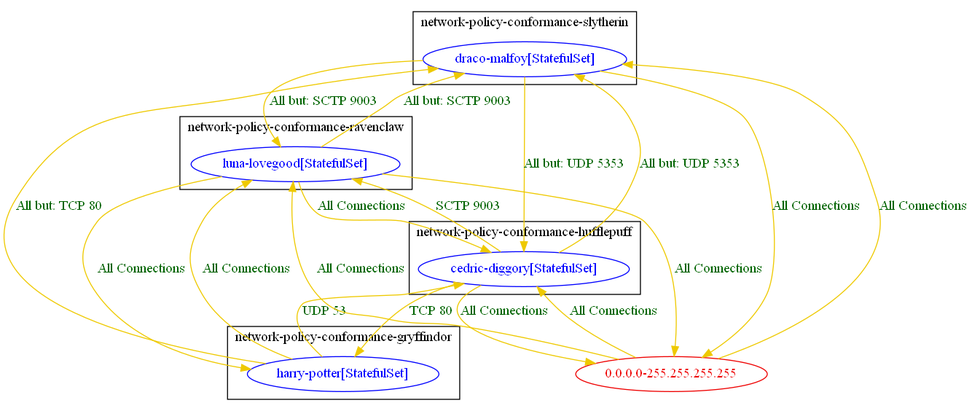
The Graphviz diagram test_outputs/connlist/anp_test_multiple_anps_connlist_output.dot.png in np-guard/netpol-analyzer, before a commit. Its source is kept beside it as test_outputs/connlist/anp_test_multiple_anps_connlist_output.dot. Its diagram source:
```dot
digraph {
	subgraph cluster_network_policy_conformance_gryffindor {
		"network-policy-conformance-gryffindor/harry-potter[StatefulSet]" [label="harry-potter[StatefulSet]" color="blue" fontcolor="blue"]
		label="network-policy-conformance-gryffindor"
	}
	subgraph cluster_network_policy_conformance_hufflepuff {
		"network-policy-conformance-hufflepuff/cedric-diggory[StatefulSet]" [label="cedric-diggory[StatefulSet]" color="blue" fontcolor="blue"]
		label="network-policy-conformance-hufflepuff"
	}
	subgraph cluster_network_policy_conformance_ravenclaw {
		"network-policy-conformance-ravenclaw/luna-lovegood[StatefulSet]" [label="luna-lovegood[StatefulSet]" color="blue" fontcolor="blue"]
		label="network-policy-conformance-ravenclaw"
	}
	subgraph cluster_network_policy_conformance_slytherin {
		"network-policy-conformance-slytherin/draco-malfoy[StatefulSet]" [label="draco-malfoy[StatefulSet]" color="blue" fontcolor="blue"]
		label="network-policy-conformance-slytherin"
	}
	"0.0.0.0-255.255.255.255" [label="0.0.0.0-255.255.255.255" color="red2" fontcolor="red2"]
	"0.0.0.0-255.255.255.255" -> "network-policy-conformance-hufflepuff/cedric-diggory[StatefulSet]" [label="All Connections" color="gold2" fontcolor="darkgreen" weight=0.5]
	"0.0.0.0-255.255.255.255" -> "network-policy-conformance-ravenclaw/luna-lovegood[StatefulSet]" [label="All Connections" color="gold2" fontcolor="darkgreen" weight=0.5]
	"0.0.0.0-255.255.255.255" -> "network-policy-conformance-slytherin/draco-malfoy[StatefulSet]" [label="All Connections" color="gold2" fontcolor="darkgreen" weight=0.5]
	"network-policy-conformance-gryffindor/harry-potter[StatefulSet]" -> "network-policy-conformance-hufflepuff/cedric-diggory[StatefulSet]" [label="UDP 53" color="gold2" fontcolor="darkgreen" weight=0.5]
	"network-policy-conformance-gryffindor/harry-potter[StatefulSet]" -> "network-policy-conformance-ravenclaw/luna-lovegood[StatefulSet]" [label="All Connections" color="gold2" fontcolor="darkgreen" weight=0.5]
	"network-policy-conformance-gryffindor/harry-potter[StatefulSet]" -> "network-policy-conformance-slytherin/draco-malfoy[StatefulSet]" [label="All but: TCP 80" color="gold2" fontcolor="darkgreen" weight=0.5]
	"network-policy-conformance-hufflepuff/cedric-diggory[StatefulSet]" -> "0.0.0.0-255.255.255.255" [label="All Connections" color="gold2" fontcolor="darkgreen" weight=1]
	"network-policy-conformance-hufflepuff/cedric-diggory[StatefulSet]" -> "network-policy-conformance-gryffindor/harry-potter[StatefulSet]" [label="TCP 80" color="gold2" fontcolor="darkgreen" weight=1]
	"network-policy-conformance-hufflepuff/cedric-diggory[StatefulSet]" -> "network-policy-conformance-ravenclaw/luna-lovegood[StatefulSet]" [label="SCTP 9003" color="gold2" fontcolor="darkgreen" weight=0.5]
	"network-policy-conformance-hufflepuff/cedric-diggory[StatefulSet]" -> "network-policy-conformance-slytherin/draco-malfoy[StatefulSet]" [label="All but: UDP 5353" color="gold2" fontcolor="darkgreen" weight=0.5]
	"network-policy-conformance-ravenclaw/luna-lovegood[StatefulSet]" -> "0.0.0.0-255.255.255.255" [label="All Connections" color="gold2" fontcolor="darkgreen" weight=1]
	"network-policy-conformance-ravenclaw/luna-lovegood[StatefulSet]" -> "network-policy-conformance-gryffindor/harry-potter[StatefulSet]" [label="All Connections" color="gold2" fontcolor="darkgreen" weight=1]
	"network-policy-conformance-ravenclaw/luna-lovegood[StatefulSet]" -> "network-policy-conformance-hufflepuff/cedric-diggory[StatefulSet]" [label="All Connections" color="gold2" fontcolor="darkgreen" weight=1]
	"network-policy-conformance-ravenclaw/luna-lovegood[StatefulSet]" -> "network-policy-conformance-slytherin/draco-malfoy[StatefulSet]" [label="All but: SCTP 9003" color="gold2" fontcolor="darkgreen" weight=0.5]
	"network-policy-conformance-slytherin/draco-malfoy[StatefulSet]" -> "0.0.0.0-255.255.255.255" [label="All Connections" color="gold2" fontcolor="darkgreen" weight=1]
	"network-policy-conformance-slytherin/draco-malfoy[StatefulSet]" -> "network-policy-conformance-hufflepuff/cedric-diggory[StatefulSet]" [label="All but: UDP 5353" color="gold2" fontcolor="darkgreen" weight=1]
	"network-policy-conformance-slytherin/draco-malfoy[StatefulSet]" -> "network-policy-conformance-ravenclaw/luna-lovegood[StatefulSet]" [label="All but: SCTP 9003" color="gold2" fontcolor="darkgreen" weight=1]
}
```
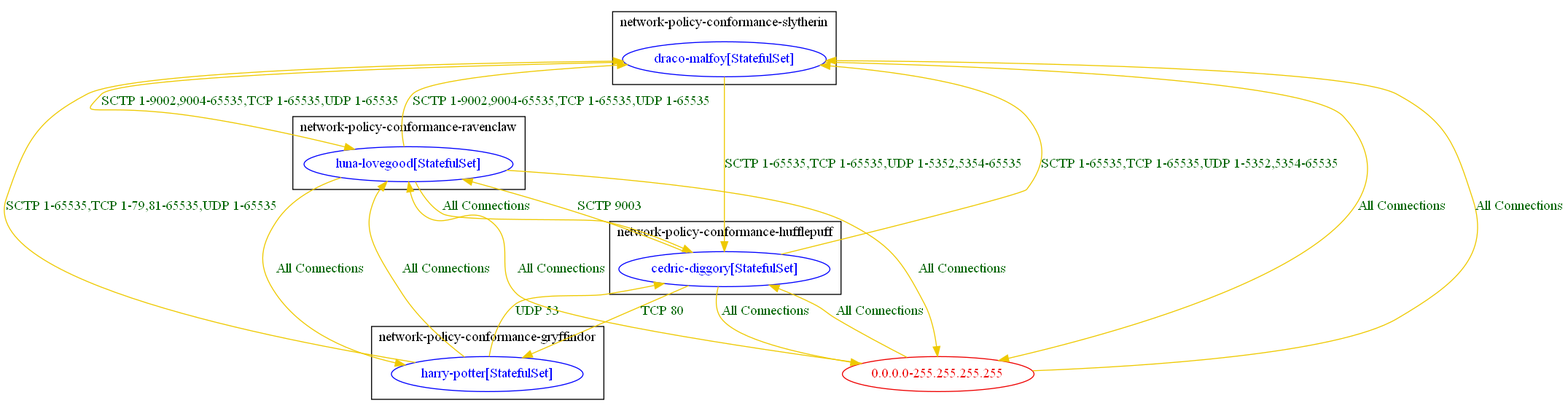
After the change.

Change to the diagram source:
```diff
@@ -21,16 +21,16 @@
 	"0.0.0.0-255.255.255.255" -> "network-policy-conformance-slytherin/draco-malfoy[StatefulSet]" [label="All Connections" color="gold2" fontcolor="darkgreen" weight=0.5]
 	"network-policy-conformance-gryffindor/harry-potter[StatefulSet]" -> "network-policy-conformance-hufflepuff/cedric-diggory[StatefulSet]" [label="UDP 53" color="gold2" fontcolor="darkgreen" weight=0.5]
 	"network-policy-conformance-gryffindor/harry-potter[StatefulSet]" -> "network-policy-conformance-ravenclaw/luna-lovegood[StatefulSet]" [label="All Connections" color="gold2" fontcolor="darkgreen" weight=0.5]
-	"network-policy-conformance-gryffindor/harry-potter[StatefulSet]" -> "network-policy-conformance-slytherin/draco-malfoy[StatefulSet]" [label="All but: TCP 80" color="gold2" fontcolor="darkgreen" weight=0.5]
+	"network-policy-conformance-gryffindor/harry-potter[StatefulSet]" -> "network-policy-conformance-slytherin/draco-malfoy[StatefulSet]" [label="SCTP 1-65535,TCP 1-79,81-65535,UDP 1-65535" color="gold2" fontcolor="darkgreen" weight=0.5]
 	"network-policy-conformance-hufflepuff/cedric-diggory[StatefulSet]" -> "0.0.0.0-255.255.255.255" [label="All Connections" color="gold2" fontcolor="darkgreen" weight=1]
 	"network-policy-conformance-hufflepuff/cedric-diggory[StatefulSet]" -> "network-policy-conformance-gryffindor/harry-potter[StatefulSet]" [label="TCP 80" color="gold2" fontcolor="darkgreen" weight=1]
 	"network-policy-conformance-hufflepuff/cedric-diggory[StatefulSet]" -> "network-policy-conformance-ravenclaw/luna-lovegood[StatefulSet]" [label="SCTP 9003" color="gold2" fontcolor="darkgreen" weight=0.5]
-	"network-policy-conformance-hufflepuff/cedric-diggory[StatefulSet]" -> "network-policy-conformance-slytherin/draco-malfoy[StatefulSet]" [label="All but: UDP 5353" color="gold2" fontcolor="darkgreen" weight=0.5]
+	"network-policy-conformance-hufflepuff/cedric-diggory[StatefulSet]" -> "network-policy-conformance-slytherin/draco-malfoy[StatefulSet]" [label="SCTP 1-65535,TCP 1-65535,UDP 1-5352,5354-65535" color="gold2" fontcolor="darkgreen" weight=0.5]
 	"network-policy-conformance-ravenclaw/luna-lovegood[StatefulSet]" -> "0.0.0.0-255.255.255.255" [label="All Connections" color="gold2" fontcolor="darkgreen" weight=1]
 	"network-policy-conformance-ravenclaw/luna-lovegood[StatefulSet]" -> "network-policy-conformance-gryffindor/harry-potter[StatefulSet]" [label="All Connections" color="gold2" fontcolor="darkgreen" weight=1]
 	"network-policy-conformance-ravenclaw/luna-lovegood[StatefulSet]" -> "network-policy-conformance-hufflepuff/cedric-diggory[StatefulSet]" [label="All Connections" color="gold2" fontcolor="darkgreen" weight=1]
-	"network-policy-conformance-ravenclaw/luna-lovegood[StatefulSet]" -> "network-policy-conformance-slytherin/draco-malfoy[StatefulSet]" [label="All but: SCTP 9003" color="gold2" fontcolor="darkgreen" weight=0.5]
+	"network-policy-conformance-ravenclaw/luna-lovegood[StatefulSet]" -> "network-policy-conformance-slytherin/draco-malfoy[StatefulSet]" [label="SCTP 1-9002,9004-65535,TCP 1-65535,UDP 1-65535" color="gold2" fontcolor="darkgreen" weight=0.5]
 	"network-policy-conformance-slytherin/draco-malfoy[StatefulSet]" -> "0.0.0.0-255.255.255.255" [label="All Connections" color="gold2" fontcolor="darkgreen" weight=1]
-	"network-policy-conformance-slytherin/draco-malfoy[StatefulSet]" -> "network-policy-conformance-hufflepuff/cedric-diggory[StatefulSet]" [label="All but: UDP 5353" color="gold2" fontcolor="darkgreen" weight=1]
-	"network-policy-conformance-slytherin/draco-malfoy[StatefulSet]" -> "network-policy-conformance-ravenclaw/luna-lovegood[StatefulSet]" [label="All but: SCTP 9003" color="gold2" fontcolor="darkgreen" weight=1]
+	"network-policy-conformance-slytherin/draco-malfoy[StatefulSet]" -> "network-policy-conformance-hufflepuff/cedric-diggory[StatefulSet]" [label="SCTP 1-65535,TCP 1-65535,UDP 1-5352,5354-65535" color="gold2" fontcolor="darkgreen" weight=1]
+	"network-policy-conformance-slytherin/draco-malfoy[StatefulSet]" -> "network-policy-conformance-ravenclaw/luna-lovegood[StatefulSet]" [label="SCTP 1-9002,9004-65535,TCP 1-65535,UDP 1-65535" color="gold2" fontcolor="darkgreen" weight=1]
 }
```
